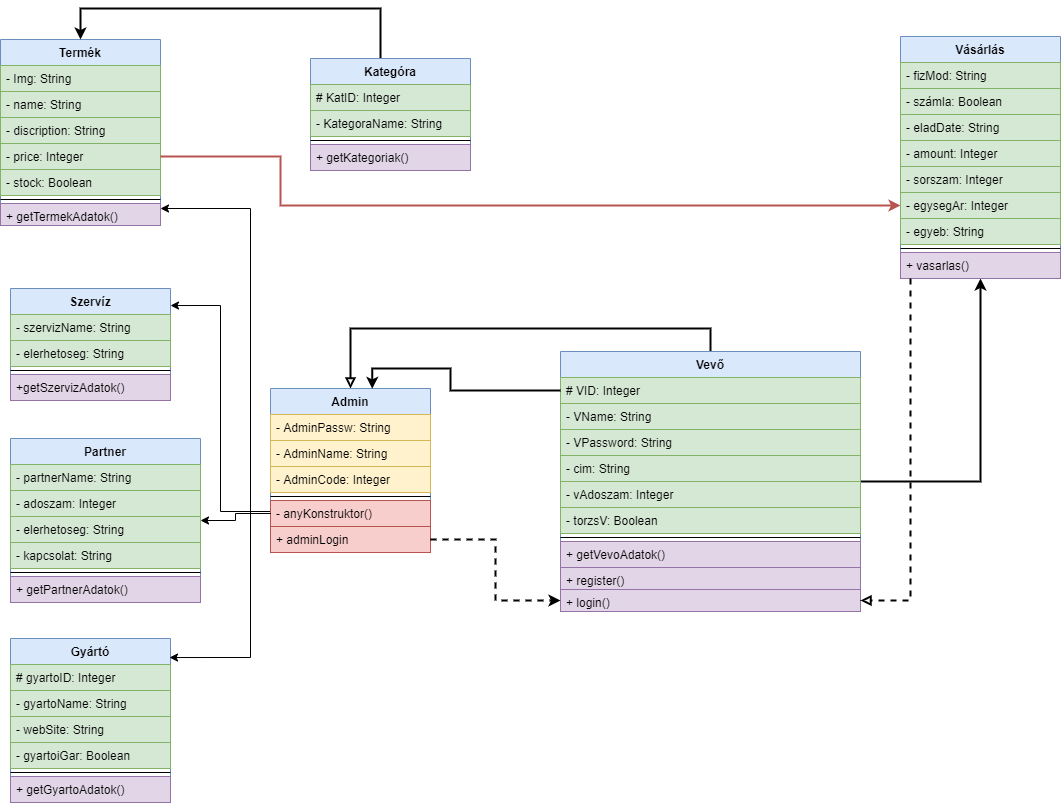
Before: ER-UML/WebShopClassV2Dia.drawio.png, a diagram exported from draw.io (KDMashy/ProgMod2TeamSZWebshop). Source tidied: cells renumbered, new cells last; positions are measured from the earlier drawing's top-left corner, leaving out a move shared by most shapes.
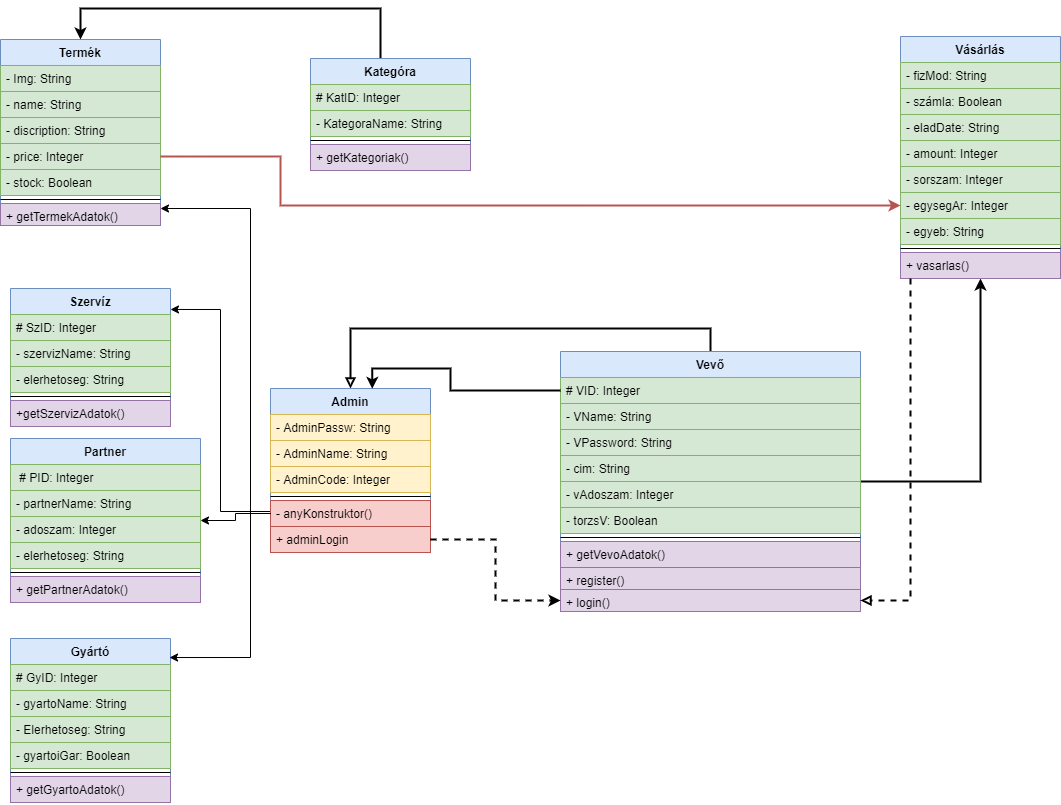
Above is the later version.

Commit message:
class dia frissítés megint

Diff of the diagram source:
```diff
@@ -29,18 +29,18 @@
     <mxCell id="10" value="Partner" style="swimlane;fontStyle=1;align=center;verticalAlign=top;horizontal=1;startSize=26;fillColor=#dae8fc;strokeColor=#6c8ebf;" parent="1" vertex="1">
       <mxGeometry x="10" y="430" width="190" height="164" as="geometry" />
     </mxCell>
+    <mxCell id="14" value=" # PID: Integer" style="text;strokeColor=#82b366;fillColor=#d5e8d4;align=left;verticalAlign=top;spacingLeft=4;spacingRight=4;overflow=hidden;" parent="10" vertex="1">
+      <mxGeometry y="26" width="190" height="26" as="geometry" />
+    </mxCell>
     <mxCell id="11" value="- partnerName: String" style="text;strokeColor=#82b366;fillColor=#d5e8d4;align=left;verticalAlign=top;spacingLeft=4;spacingRight=4;overflow=hidden;" parent="10" vertex="1">
-      <mxGeometry y="26" width="190" height="26" as="geometry" />
+      <mxGeometry y="52" width="190" height="26" as="geometry" />
     </mxCell>
     <mxCell id="12" value="- adoszam: Integer" style="text;strokeColor=#82b366;fillColor=#d5e8d4;align=left;verticalAlign=top;spacingLeft=4;spacingRight=4;overflow=hidden;" parent="10" vertex="1">
-      <mxGeometry y="52" width="190" height="26" as="geometry" />
+      <mxGeometry y="78" width="190" height="26" as="geometry" />
     </mxCell>
     <mxCell id="13" value="- elerhetoseg: String" style="text;strokeColor=#82b366;fillColor=#d5e8d4;align=left;verticalAlign=top;spacingLeft=4;spacingRight=4;overflow=hidden;" parent="10" vertex="1">
-      <mxGeometry y="78" width="190" height="26" as="geometry" />
+      <mxGeometry y="104" width="190" height="26" as="geometry" />
     </mxCell>
-    <mxCell id="14" value="- kapcsolat: String" style="text;strokeColor=#82b366;fillColor=#d5e8d4;align=left;verticalAlign=top;spacingLeft=4;spacingRight=4;overflow=hidden;" parent="10" vertex="1">
-      <mxGeometry y="104" width="190" height="26" as="geometry" />
-    </mxCell>
     <mxCell id="15" style="line;strokeWidth=1;fillColor=none;align=left;verticalAlign=middle;spacingTop=-1;spacingLeft=3;spacingRight=3;labelPosition=right;" parent="10" vertex="1">
       <mxGeometry y="130" width="190" height="8" as="geometry" />
     </mxCell>
@@ -117,13 +117,13 @@
     <mxCell id="36" value="Gyártó" style="swimlane;fontStyle=1;align=center;verticalAlign=top;horizontal=1;startSize=26;fillColor=#dae8fc;strokeColor=#6c8ebf;" parent="1" vertex="1">
       <mxGeometry x="10" y="630" width="160" height="164" as="geometry" />
     </mxCell>
-    <mxCell id="37" value="# gyartoID: Integer" style="text;strokeColor=#82b366;fillColor=#d5e8d4;align=left;verticalAlign=top;spacingLeft=4;spacingRight=4;overflow=hidden;" parent="36" vertex="1">
+    <mxCell id="37" value="# GyID: Integer" style="text;strokeColor=#82b366;fillColor=#d5e8d4;align=left;verticalAlign=top;spacingLeft=4;spacingRight=4;overflow=hidden;" parent="36" vertex="1">
       <mxGeometry y="26" width="160" height="26" as="geometry" />
     </mxCell>
     <mxCell id="38" value="- gyartoName: String" style="text;strokeColor=#82b366;fillColor=#d5e8d4;align=left;verticalAlign=top;spacingLeft=4;spacingRight=4;overflow=hidden;" parent="36" vertex="1">
       <mxGeometry y="52" width="160" height="26" as="geometry" />
     </mxCell>
-    <mxCell id="39" value="- webSite: String" style="text;strokeColor=#82b366;fillColor=#d5e8d4;align=left;verticalAlign=top;spacingLeft=4;spacingRight=4;overflow=hidden;" parent="36" vertex="1">
+    <mxCell id="39" value="- Elerhetoseg: String" style="text;strokeColor=#82b366;fillColor=#d5e8d4;align=left;verticalAlign=top;spacingLeft=4;spacingRight=4;overflow=hidden;" parent="36" vertex="1">
       <mxGeometry y="78" width="160" height="26" as="geometry" />
     </mxCell>
     <mxCell id="40" value="- gyartoiGar: Boolean" style="text;strokeColor=#82b366;fillColor=#d5e8d4;align=left;verticalAlign=top;spacingLeft=4;spacingRight=4;overflow=hidden;" parent="36" vertex="1">
@@ -136,19 +136,22 @@
       <mxGeometry y="138" width="160" height="26" as="geometry" />
     </mxCell>
     <mxCell id="43" value="Szervíz" style="swimlane;fontStyle=1;align=center;verticalAlign=top;horizontal=1;startSize=26;fillColor=#dae8fc;strokeColor=#6c8ebf;" parent="1" vertex="1">
-      <mxGeometry x="10" y="280" width="160" height="112" as="geometry" />
+      <mxGeometry x="10" y="280" width="160" height="138" as="geometry" />
     </mxCell>
+    <mxCell id="73" value="# SzID: Integer" style="text;strokeColor=#82b366;fillColor=#d5e8d4;align=left;verticalAlign=top;spacingLeft=4;spacingRight=4;overflow=hidden;" parent="43" vertex="1">
+      <mxGeometry y="26" width="160" height="26" as="geometry" />
+    </mxCell>
     <mxCell id="44" value="- szervizName: String" style="text;strokeColor=#82b366;fillColor=#d5e8d4;align=left;verticalAlign=top;spacingLeft=4;spacingRight=4;overflow=hidden;" parent="43" vertex="1">
-      <mxGeometry y="26" width="160" height="26" as="geometry" />
+      <mxGeometry y="52" width="160" height="26" as="geometry" />
     </mxCell>
     <mxCell id="45" value="- elerhetoseg: String" style="text;strokeColor=#82b366;fillColor=#d5e8d4;align=left;verticalAlign=top;spacingLeft=4;spacingRight=4;overflow=hidden;" parent="43" vertex="1">
-      <mxGeometry y="52" width="160" height="26" as="geometry" />
+      <mxGeometry y="78" width="160" height="26" as="geometry" />
     </mxCell>
     <mxCell id="46" style="line;strokeWidth=1;fillColor=none;align=left;verticalAlign=middle;spacingTop=-1;spacingLeft=3;spacingRight=3;labelPosition=right;" parent="43" vertex="1">
-      <mxGeometry y="78" width="160" height="8" as="geometry" />
+      <mxGeometry y="104" width="160" height="8" as="geometry" />
     </mxCell>
     <mxCell id="47" value="+getSzervizAdatok()" style="text;strokeColor=#9673a6;fillColor=#e1d5e7;align=left;verticalAlign=top;spacingLeft=4;spacingRight=4;overflow=hidden;" parent="43" vertex="1">
-      <mxGeometry y="86" width="160" height="26" as="geometry" />
+      <mxGeometry y="112" width="160" height="26" as="geometry" />
     </mxCell>
     <mxCell id="48" style="edgeStyle=orthogonalEdgeStyle;rounded=0;jettySize=auto;html=1;exitX=0;exitY=0.75;exitDx=0;exitDy=0;entryX=1;entryY=0.152;entryDx=0;entryDy=0;entryPerimeter=0;" parent="1" edge="1" source="49" target="43">
       <mxGeometry relative="1" as="geometry" />
```
